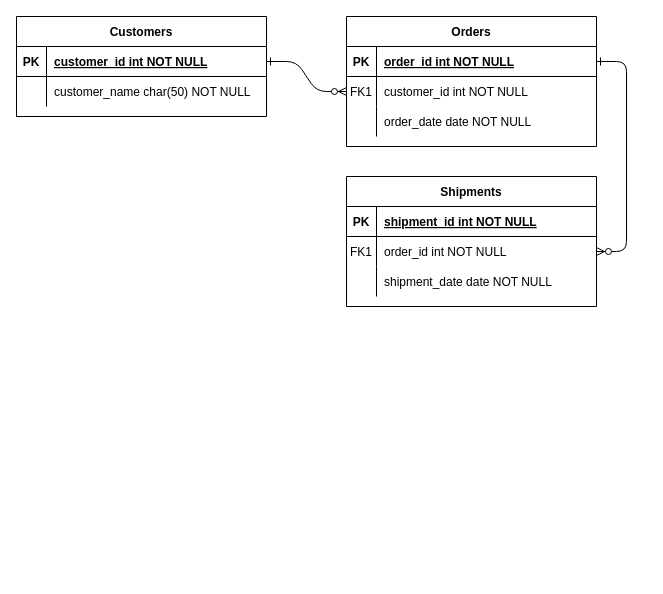
Before: HovSoc.drawio in jess-mw/COMSM0085-Software-Tools, a draw.io diagram. Source tidied: cells renumbered, new cells numbered last; positions are measured from the earlier drawing's top-left corner, leaving out a move shared by most shapes. Both pictures are drawn from the tidied source at 100%, with x=0, y=0 at pixel (16, 16).
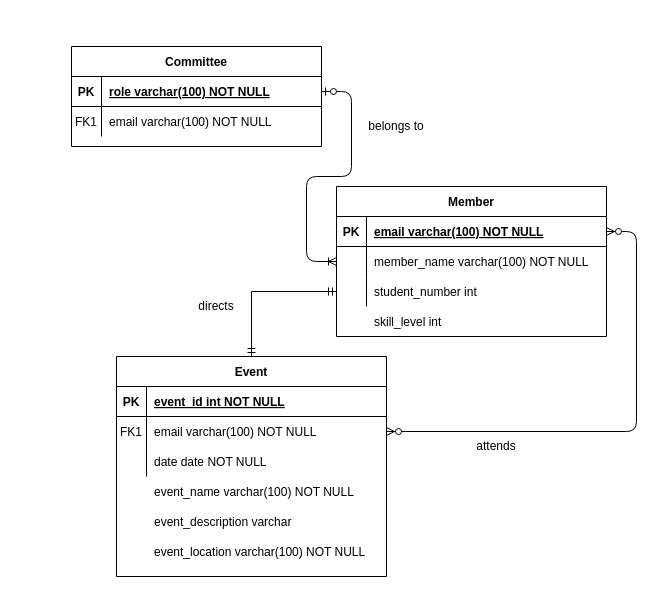
After the change.

Unchanged cells that the change refers to:
```xml
<mxCell id="25" style="shape=partialRectangle;fillColor=none;points=[[0,0.5],[1,0.5]];portConstraint=eastwest;top=0;left=0;right=0;bottom=1;" parent="24" vertex="1">
  <mxGeometry y="30" width="250" height="30" as="geometry" />
</mxCell>
<mxCell id="28" style="shape=partialRectangle;fillColor=none;top=0;left=0;right=0;bottom=0;" parent="24" vertex="1">
  <mxGeometry y="60" width="250" height="30" as="geometry" />
</mxCell>
```

The edit, as a diff of the source:
```diff
@@
-    <mxCell id="2" style="edgeStyle=entityRelationEdgeStyle;endArrow=ERzeroToMany;startArrow=ERone;endFill=1;startFill=0;" parent="1" edge="1" source="25" target="8">
+    <mxCell id="2" style="edgeStyle=entityRelationEdgeStyle;endArrow=ERoneToMany;startArrow=ERzeroToOne;endFill=0;startFill=1;" parent="1" edge="1" source="25" target="8">
       <mxGeometry relative="1" as="geometry" />
     </mxCell>
-    <mxCell id="3" style="edgeStyle=entityRelationEdgeStyle;endArrow=ERzeroToMany;startArrow=ERone;endFill=1;startFill=0;" parent="1" edge="1" source="5" target="18">
+    <mxCell id="3" style="edgeStyle=entityRelationEdgeStyle;endArrow=ERzeroToMany;startArrow=ERzeroToMany;endFill=1;startFill=1;" parent="1" edge="1" source="5" target="18">
       <mxGeometry relative="1" as="geometry" />
     </mxCell>
-    <mxCell id="4" value="Orders" style="shape=table;startSize=30;childLayout=tableLayout;rowLines=0;fontStyle=1;align=center;" parent="1" vertex="1">
-      <mxGeometry x="330" width="250" height="130" as="geometry" />
+    <mxCell id="4" value="Member" style="shape=table;startSize=30;childLayout=tableLayout;rowLines=0;fontStyle=1;align=center;" parent="1" vertex="1">
+      <mxGeometry x="320" y="170" width="270" height="150" as="geometry" />
     </mxCell>
     <mxCell id="5" style="shape=partialRectangle;fillColor=none;points=[[0,0.5],[1,0.5]];portConstraint=eastwest;top=0;left=0;right=0;bottom=1;" parent="4" vertex="1">
-      <mxGeometry y="30" width="250" height="30" as="geometry" />
+      <mxGeometry y="30" width="270" height="30" as="geometry" />
     </mxCell>
@@
-    <mxCell id="7" value="order_id int NOT NULL " style="shape=partialRectangle;overflow=hidden;fillColor=none;top=0;left=0;bottom=0;right=0;align=left;spacingLeft=6;fontStyle=5;" parent="5" vertex="1">
-      <mxGeometry x="30" width="220" height="30" as="geometry" />
+    <mxCell id="7" value="email varchar(100) NOT NULL" style="shape=partialRectangle;overflow=hidden;fillColor=none;top=0;left=0;bottom=0;right=0;align=left;spacingLeft=6;fontStyle=5;" parent="5" vertex="1">
+      <mxGeometry x="30" width="240" height="30" as="geometry" />
     </mxCell>
     <mxCell id="8" style="shape=partialRectangle;fillColor=none;points=[[0,0.5],[1,0.5]];portConstraint=eastwest;top=0;left=0;right=0;bottom=0;" parent="4" vertex="1">
-      <mxGeometry y="60" width="250" height="30" as="geometry" />
+      <mxGeometry y="60" width="270" height="30" as="geometry" />
     </mxCell>
-    <mxCell id="9" value="FK1" style="shape=partialRectangle;overflow=hidden;fillColor=none;top=0;left=0;bottom=0;right=0;" parent="8" vertex="1">
+    <mxCell id="9" style="shape=partialRectangle;overflow=hidden;fillColor=none;top=0;left=0;bottom=0;right=0;" parent="8" vertex="1">
       <mxGeometry width="30" height="30" as="geometry" />
     </mxCell>
-    <mxCell id="10" value="customer_id int NOT NULL" style="shape=partialRectangle;overflow=hidden;fillColor=none;top=0;left=0;bottom=0;right=0;align=left;spacingLeft=6;" parent="8" vertex="1">
-      <mxGeometry x="30" width="220" height="30" as="geometry" />
+    <mxCell id="10" value="member_name varchar(100) NOT NULL" style="shape=partialRectangle;overflow=hidden;fillColor=none;top=0;left=0;bottom=0;right=0;align=left;spacingLeft=6;" parent="8" vertex="1">
+      <mxGeometry x="30" width="240" height="30" as="geometry" />
     </mxCell>
     <mxCell id="11" style="shape=partialRectangle;fillColor=none;points=[[0,0.5],[1,0.5]];portConstraint=eastwest;top=0;left=0;right=0;bottom=0;" parent="4" vertex="1">
-      <mxGeometry y="90" width="250" height="30" as="geometry" />
+      <mxGeometry y="90" width="270" height="30" as="geometry" />
     </mxCell>
@@
-    <mxCell id="13" value="order_date date NOT NULL" style="shape=partialRectangle;overflow=hidden;fillColor=none;top=0;left=0;bottom=0;right=0;align=left;spacingLeft=6;" parent="11" vertex="1">
-      <mxGeometry x="30" width="220" height="30" as="geometry" />
+    <mxCell id="13" value="student_number int" style="shape=partialRectangle;overflow=hidden;fillColor=none;top=0;left=0;bottom=0;right=0;align=left;spacingLeft=6;" parent="11" vertex="1">
+      <mxGeometry x="30" width="240" height="30" as="geometry" />
     </mxCell>
+    <mxCell id="31" style="edgeStyle=orthogonalEdgeStyle;rounded=0;jettySize=auto;html=1;exitX=0.5;exitY=0;exitDx=0;exitDy=0;startArrow=ERmandOne;startFill=0;endArrow=ERmandOne;endFill=0;entryX=0;entryY=0.5;entryDx=0;entryDy=0;" parent="1" edge="1" source="14" target="11">
+      <mxGeometry relative="1" as="geometry" />
+    </mxCell>
-    <mxCell id="14" value="Shipments" style="shape=table;startSize=30;childLayout=tableLayout;rowLines=0;fontStyle=1;align=center;" parent="1" vertex="1">
-      <mxGeometry x="330" y="160" width="250" height="130" as="geometry" />
+    <mxCell id="14" value="Event" style="shape=table;startSize=30;childLayout=tableLayout;rowLines=0;fontStyle=1;align=center;" parent="1" vertex="1">
+      <mxGeometry x="100" y="340" width="270" height="220" as="geometry" />
     </mxCell>
     <mxCell id="15" style="shape=partialRectangle;fillColor=none;top=0;left=0;right=0;bottom=1;" parent="14" vertex="1">
-      <mxGeometry y="30" width="250" height="30" as="geometry" />
+      <mxGeometry y="30" width="270" height="30" as="geometry" />
     </mxCell>
@@
-    <mxCell id="17" value="shipment_id int NOT NULL " style="shape=partialRectangle;overflow=hidden;fillColor=none;top=0;left=0;bottom=0;right=0;align=left;spacingLeft=6;fontStyle=5;" parent="15" vertex="1">
-      <mxGeometry x="30" width="220" height="30" as="geometry" />
+    <mxCell id="17" value="event_id int NOT NULL" style="shape=partialRectangle;overflow=hidden;fillColor=none;top=0;left=0;bottom=0;right=0;align=left;spacingLeft=6;fontStyle=5;" parent="15" vertex="1">
+      <mxGeometry x="30" width="240" height="30" as="geometry" />
     </mxCell>
     <mxCell id="18" style="shape=partialRectangle;fillColor=none;points=[[0,0.5],[1,0.5]];portConstraint=eastwest;top=0;left=0;right=0;bottom=0;" parent="14" vertex="1">
-      <mxGeometry y="60" width="250" height="30" as="geometry" />
+      <mxGeometry y="60" width="270" height="30" as="geometry" />
     </mxCell>
@@
-    <mxCell id="20" value="order_id int NOT NULL" style="shape=partialRectangle;overflow=hidden;fillColor=none;top=0;left=0;bottom=0;right=0;align=left;spacingLeft=6;" parent="18" vertex="1">
-      <mxGeometry x="30" width="220" height="30" as="geometry" />
+    <mxCell id="20" value="email varchar(100) NOT NULL" style="shape=partialRectangle;overflow=hidden;fillColor=none;top=0;left=0;bottom=0;right=0;align=left;spacingLeft=6;" parent="18" vertex="1">
+      <mxGeometry x="30" width="240" height="30" as="geometry" />
     </mxCell>
     <mxCell id="21" style="shape=partialRectangle;fillColor=none;top=0;left=0;right=0;bottom=0;" parent="14" vertex="1">
-      <mxGeometry y="90" width="250" height="30" as="geometry" />
+      <mxGeometry y="90" width="270" height="30" as="geometry" />
     </mxCell>
@@
-    <mxCell id="23" value="shipment_date date NOT NULL" style="shape=partialRectangle;overflow=hidden;fillColor=none;top=0;left=0;bottom=0;right=0;align=left;spacingLeft=6;" parent="21" vertex="1">
-      <mxGeometry x="30" width="220" height="30" as="geometry" />
+    <mxCell id="23" value="date date NOT NULL" style="shape=partialRectangle;overflow=hidden;fillColor=none;top=0;left=0;bottom=0;right=0;align=left;spacingLeft=6;" parent="21" vertex="1">
+      <mxGeometry x="30" width="240" height="30" as="geometry" />
     </mxCell>
-    <mxCell id="24" value="Customers" style="shape=table;startSize=30;childLayout=tableLayout;rowLines=0;fontStyle=1;align=center;" parent="1" vertex="1">
-      <mxGeometry width="250" height="100" as="geometry" />
+    <mxCell id="24" value="Committee" style="shape=table;startSize=30;childLayout=tableLayout;rowLines=0;fontStyle=1;align=center;" parent="1" vertex="1">
+      <mxGeometry x="55" y="30" width="250" height="100" as="geometry" />
     </mxCell>
@@
-    <mxCell id="27" value="customer_id int NOT NULL " style="shape=partialRectangle;overflow=hidden;fillColor=none;top=0;left=0;bottom=0;right=0;align=left;spacingLeft=6;fontStyle=5;" parent="25" vertex="1">
+    <mxCell id="27" value="role varchar(100) NOT NULL" style="shape=partialRectangle;overflow=hidden;fillColor=none;top=0;left=0;bottom=0;right=0;align=left;spacingLeft=6;fontStyle=5;" parent="25" vertex="1">
       <mxGeometry x="30" width="220" height="30" as="geometry" />
     </mxCell>
@@
-    <mxCell id="30" value="customer_name char(50) NOT NULL" style="shape=partialRectangle;overflow=hidden;fillColor=none;top=0;left=0;bottom=0;right=0;align=left;spacingLeft=6;" parent="28" vertex="1">
+    <mxCell id="30" value="email varchar(100) NOT NULL" style="shape=partialRectangle;overflow=hidden;fillColor=none;top=0;left=0;bottom=0;right=0;align=left;spacingLeft=6;" parent="28" vertex="1">
       <mxGeometry x="30" width="220" height="30" as="geometry" />
     </mxCell>
+    <mxCell id="32" value="FK1" style="shape=partialRectangle;overflow=hidden;fillColor=none;top=0;left=0;bottom=0;right=0;" parent="1" vertex="1">
+      <mxGeometry x="55" y="90" width="30" height="30" as="geometry" />
+    </mxCell>
+    <mxCell id="33" value="skill_level int" style="shape=partialRectangle;overflow=hidden;fillColor=none;top=0;left=0;bottom=0;right=0;align=left;spacingLeft=6;" parent="1" vertex="1">
+      <mxGeometry x="350" y="290" width="240" height="30" as="geometry" />
+    </mxCell>
+    <mxCell id="34" value="event_name varchar(100) NOT NULL" style="shape=partialRectangle;overflow=hidden;fillColor=none;top=0;left=0;bottom=0;right=0;align=left;spacingLeft=6;" parent="1" vertex="1">
+      <mxGeometry x="130" y="460" width="220" height="30" as="geometry" />
+    </mxCell>
+    <mxCell id="35" value="event_description varchar" style="shape=partialRectangle;overflow=hidden;fillColor=none;top=0;left=0;bottom=0;right=0;align=left;spacingLeft=6;" parent="1" vertex="1">
+      <mxGeometry x="130" y="490" width="220" height="30" as="geometry" />
+    </mxCell>
+    <mxCell id="36" value="event_location varchar(100) NOT NULL" style="shape=partialRectangle;overflow=hidden;fillColor=none;top=0;left=0;bottom=0;right=0;align=left;spacingLeft=6;" parent="1" vertex="1">
+      <mxGeometry x="130" y="520" width="240" height="30" as="geometry" />
+    </mxCell>
+    <mxCell id="37" value="belongs to" style="text;html=1;strokeColor=none;fillColor=none;align=center;verticalAlign=middle;whiteSpace=wrap;rounded=0;" parent="1" vertex="1">
+      <mxGeometry x="340" y="100" width="80" height="20" as="geometry" />
+    </mxCell>
+    <mxCell id="38" value="attends" style="text;html=1;strokeColor=none;fillColor=none;align=center;verticalAlign=middle;whiteSpace=wrap;rounded=0;" parent="1" vertex="1">
+      <mxGeometry x="440" y="420" width="80" height="20" as="geometry" />
+    </mxCell>
+    <mxCell id="39" value="directs" style="text;html=1;strokeColor=none;fillColor=none;align=center;verticalAlign=middle;whiteSpace=wrap;rounded=0;" parent="1" vertex="1">
+      <mxGeometry x="160" y="280" width="80" height="20" as="geometry" />
+    </mxCell>
```
